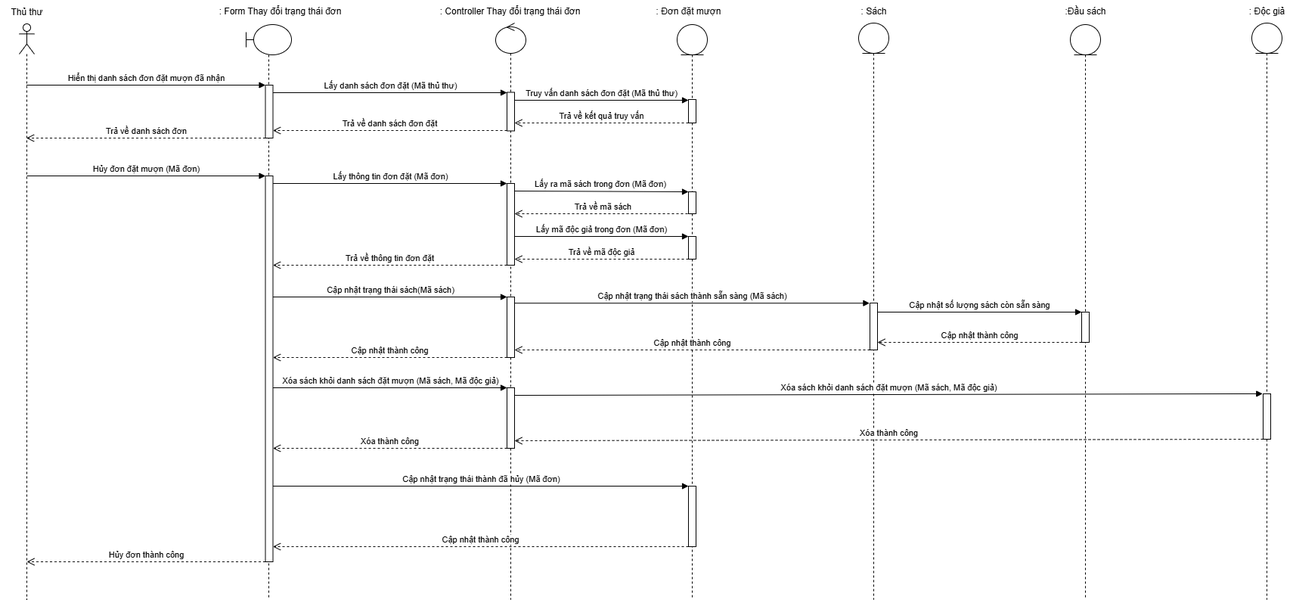
Earlier version of the draw.io export Sequence Diagram/UC Đặt mượn sách/Actor Thủ thư - Hủy đơn đặt mượn.png (kimcuongdev/LibrarySystemAD). Source tidied: cells renumbered, new cells last; positions are measured from the earlier drawing's top-left corner, leaving out a move shared by most shapes.
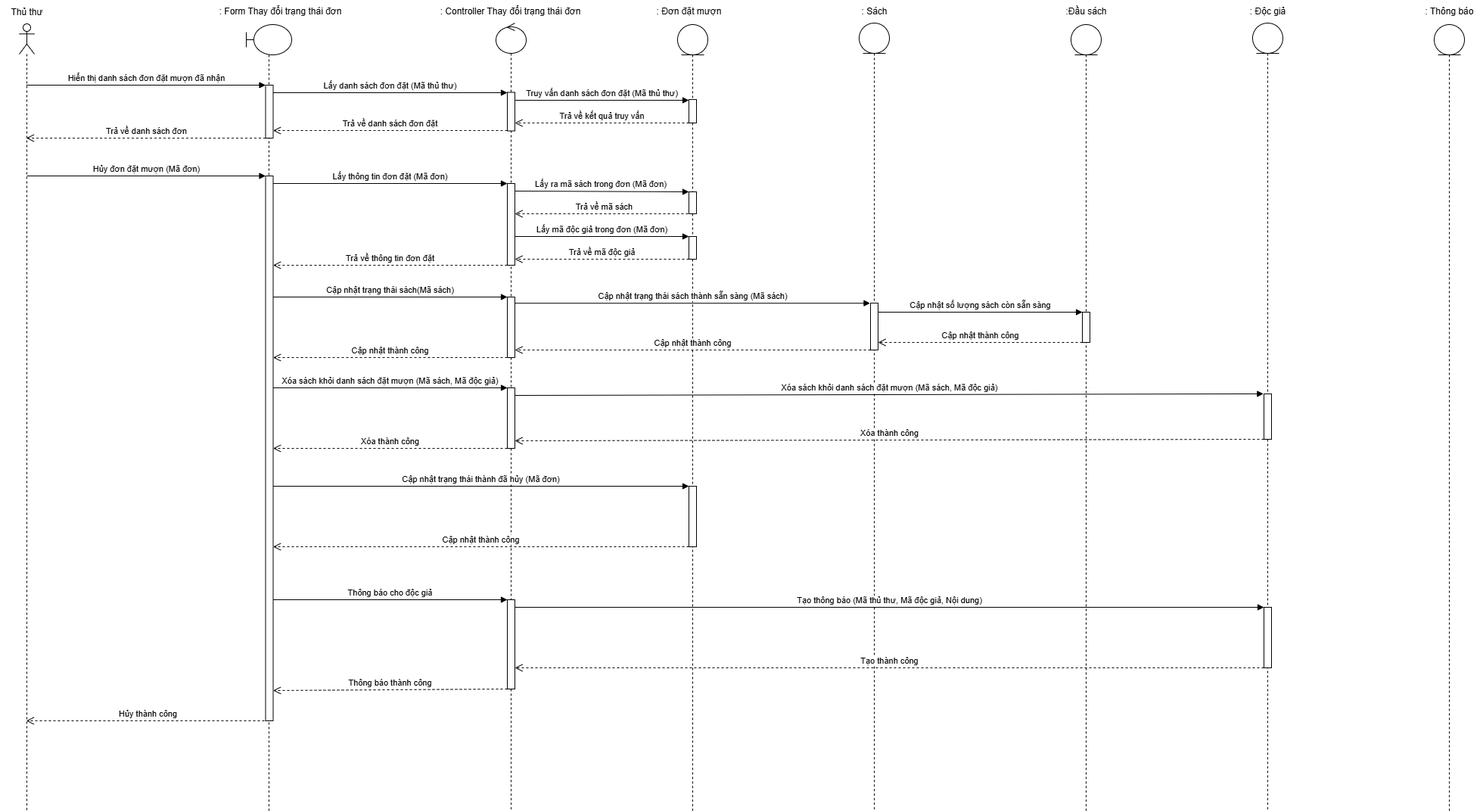
After the commit.

Change to the diagram source:
```diff
@@ -3,10 +3,10 @@
     <mxCell id="0" />
     <mxCell id="1" parent="0" />
     <mxCell id="2" style="shape=umlLifeline;perimeter=lifelinePerimeter;whiteSpace=wrap;html=1;outlineConnect=0;portConstraint=eastwest;newEdgeStyle={&quot;curved&quot;:0,&quot;rounded&quot;:0};participant=umlActor;" parent="1" vertex="1">
-      <mxGeometry x="25" y="31" width="20" height="761" as="geometry" />
+      <mxGeometry x="25" y="31" width="20" height="1041" as="geometry" />
     </mxCell>
     <mxCell id="3" style="shape=umlLifeline;perimeter=lifelinePerimeter;whiteSpace=wrap;html=1;newEdgeStyle={&quot;curved&quot;:0,&quot;rounded&quot;:0};participant=umlBoundary;" parent="1" vertex="1">
-      <mxGeometry x="325" y="32" width="60" height="760" as="geometry" />
+      <mxGeometry x="325" y="32" width="60" height="1040" as="geometry" />
     </mxCell>
     <mxCell id="4" style="html=1;perimeter=orthogonalPerimeter;targetShapes=umlLifeline;newEdgeStyle={&quot;curved&quot;:0,&quot;rounded&quot;:0};" parent="3" vertex="1">
       <mxGeometry x="25.5" y="80" width="10" height="70" as="geometry" />
@@ -32,10 +32,10 @@
       </mxGeometry>
     </mxCell>
     <mxCell id="9" style="html=1;points=[[0,0,0,0,5],[0,1,0,0,-5],[1,0,0,0,5],[1,1,0,0,-5]];perimeter=orthogonalPerimeter;outlineConnect=0;targetShapes=umlLifeline;portConstraint=eastwest;newEdgeStyle={&quot;curved&quot;:0,&quot;rounded&quot;:0};" parent="3" vertex="1">
-      <mxGeometry x="25.5" y="200" width="10" height="510" as="geometry" />
+      <mxGeometry x="25.5" y="200" width="10" height="720" as="geometry" />
     </mxCell>
     <mxCell id="10" style="shape=umlLifeline;perimeter=lifelinePerimeter;whiteSpace=wrap;html=1;newEdgeStyle={&quot;curved&quot;:0,&quot;rounded&quot;:0};participant=umlControl;" parent="1" vertex="1">
-      <mxGeometry x="655" y="30" width="40" height="762" as="geometry" />
+      <mxGeometry x="655" y="30" width="40" height="1042" as="geometry" />
     </mxCell>
     <mxCell id="11" style="html=1;points=[[0,0,0,0,5],[0,1,0,0,-5],[1,0,0,0,5],[1,1,0,0,-5]];perimeter=orthogonalPerimeter;outlineConnect=0;targetShapes=umlLifeline;portConstraint=eastwest;newEdgeStyle={&quot;curved&quot;:0,&quot;rounded&quot;:0};" parent="10" vertex="1">
       <mxGeometry x="15" y="91.5" width="10" height="51" as="geometry" />
@@ -49,8 +49,11 @@
     <mxCell id="14" style="html=1;perimeter=orthogonalPerimeter;targetShapes=umlLifeline;newEdgeStyle={&quot;curved&quot;:0,&quot;rounded&quot;:0};" parent="10" vertex="1">
       <mxGeometry x="15" y="482" width="10" height="80" as="geometry" />
     </mxCell>
+    <mxCell id="56" style="html=1;points=[[0,0,0,0,5],[0,1,0,0,-5],[1,0,0,0,5],[1,1,0,0,-5]];perimeter=orthogonalPerimeter;outlineConnect=0;targetShapes=umlLifeline;portConstraint=eastwest;newEdgeStyle={&quot;curved&quot;:0,&quot;rounded&quot;:0};" parent="10" vertex="1">
+      <mxGeometry x="15" y="762" width="10" height="118" as="geometry" />
+    </mxCell>
     <mxCell id="15" style="shape=umlLifeline;perimeter=lifelinePerimeter;whiteSpace=wrap;html=1;newEdgeStyle={&quot;curved&quot;:0,&quot;rounded&quot;:0};participant=umlEntity;" parent="1" vertex="1">
-      <mxGeometry x="895" y="32" width="40" height="760" as="geometry" />
+      <mxGeometry x="895" y="32" width="40" height="1040" as="geometry" />
     </mxCell>
     <mxCell id="16" style="html=1;perimeter=orthogonalPerimeter;targetShapes=umlLifeline;newEdgeStyle={&quot;curved&quot;:0,&quot;rounded&quot;:0};" parent="15" vertex="1">
       <mxGeometry x="15" y="99" width="10" height="31" as="geometry" />
@@ -74,13 +77,13 @@
       <mxGeometry x="15" y="610" width="10" height="80" as="geometry" />
     </mxCell>
     <mxCell id="21" style="shape=umlLifeline;perimeter=lifelinePerimeter;whiteSpace=wrap;html=1;newEdgeStyle={&quot;curved&quot;:0,&quot;rounded&quot;:0};participant=umlEntity;" parent="1" vertex="1">
-      <mxGeometry x="1415" y="32" width="40" height="760" as="geometry" />
+      <mxGeometry x="1415" y="32" width="40" height="1040" as="geometry" />
     </mxCell>
     <mxCell id="22" style="html=1;perimeter=orthogonalPerimeter;targetShapes=umlLifeline;newEdgeStyle={&quot;curved&quot;:0,&quot;rounded&quot;:0};" parent="21" vertex="1">
       <mxGeometry x="15" y="380" width="10" height="40" as="geometry" />
     </mxCell>
     <mxCell id="23" style="shape=umlLifeline;perimeter=lifelinePerimeter;whiteSpace=wrap;html=1;newEdgeStyle={&quot;curved&quot;:0,&quot;rounded&quot;:0};participant=umlEntity;" parent="1" vertex="1">
-      <mxGeometry x="1135" y="30" width="40" height="762" as="geometry" />
+      <mxGeometry x="1135" y="30" width="40" height="1042" as="geometry" />
     </mxCell>
     <mxCell id="24" style="html=1;points=[[0,0,0,0,5],[0,1,0,0,-5],[1,0,0,0,5],[1,1,0,0,-5]];perimeter=orthogonalPerimeter;outlineConnect=0;targetShapes=umlLifeline;portConstraint=eastwest;newEdgeStyle={&quot;curved&quot;:0,&quot;rounded&quot;:0};" parent="23" vertex="1">
       <mxGeometry x="15" y="370" width="10" height="62" as="geometry" />
@@ -104,11 +107,14 @@
       <mxGeometry x="1395" width="80" height="30" as="geometry" />
     </mxCell>
     <mxCell id="31" style="shape=umlLifeline;perimeter=lifelinePerimeter;whiteSpace=wrap;html=1;newEdgeStyle={&quot;curved&quot;:0,&quot;rounded&quot;:0};participant=umlEntity;" parent="1" vertex="1">
-      <mxGeometry x="1655" y="30" width="40" height="762" as="geometry" />
+      <mxGeometry x="1655" y="30" width="40" height="1042" as="geometry" />
     </mxCell>
     <mxCell id="32" style="html=1;points=[[0,0,0,0,5],[0,1,0,0,-5],[1,0,0,0,5],[1,1,0,0,-5]];perimeter=orthogonalPerimeter;outlineConnect=0;targetShapes=umlLifeline;portConstraint=eastwest;newEdgeStyle={&quot;curved&quot;:0,&quot;rounded&quot;:0};" parent="31" vertex="1">
       <mxGeometry x="15" y="490" width="10" height="60" as="geometry" />
     </mxCell>
+    <mxCell id="57" style="html=1;perimeter=orthogonalPerimeter;targetShapes=umlLifeline;newEdgeStyle={&quot;curved&quot;:0,&quot;rounded&quot;:0};" parent="31" vertex="1">
+      <mxGeometry x="15" y="772" width="10" height="80" as="geometry" />
+    </mxCell>
     <mxCell id="33" value=": Độc giả" style="text;html=1;align=center;verticalAlign=middle;strokeColor=none;fillColor=none;" parent="1" vertex="1">
       <mxGeometry x="1640" width="70" height="30" as="geometry" />
     </mxCell>
@@ -118,11 +124,6 @@
         <mxPoint x="350.5" y="232" as="targetPoint" />
       </mxGeometry>
     </mxCell>
-    <mxCell id="35" value="Hủy đơn thành công" style="html=1;verticalAlign=bottom;endArrow=open;dashed=1;endSize=8;curved=0;rounded=0;" parent="1" edge="1" source="9">
-      <mxGeometry relative="1" as="geometry">
-        <mxPoint x="35" y="742" as="targetPoint" />
-      </mxGeometry>
-    </mxCell>
     <mxCell id="36" value="Lấy thông tin đơn đặt (Mã đơn)" style="html=1;verticalAlign=bottom;endArrow=block;curved=0;rounded=0;" parent="1" edge="1" source="9">
       <mxGeometry relative="1" as="geometry">
         <mxPoint x="670" y="242" as="targetPoint" />
@@ -225,5 +226,39 @@
         <mxPoint x="360.5" y="722" as="targetPoint" />
       </mxGeometry>
     </mxCell>
+    <mxCell id="58" value="Thông báo cho độc giả" style="html=1;verticalAlign=bottom;endArrow=block;curved=0;rounded=0;entryX=0;entryY=0;entryDx=0;entryDy=5;" parent="1" edge="1">
+      <mxGeometry relative="1" as="geometry">
+        <mxPoint x="360.5" y="792" as="sourcePoint" />
+        <mxPoint x="670" y="792" as="targetPoint" />
+      </mxGeometry>
+    </mxCell>
+    <mxCell id="59" value="Thông báo thành công" style="html=1;verticalAlign=bottom;endArrow=open;dashed=1;endSize=8;curved=0;rounded=0;" parent="1" edge="1" source="56">
+      <mxGeometry relative="1" as="geometry">
+        <mxPoint x="360.5" y="912" as="targetPoint" />
+      </mxGeometry>
+    </mxCell>
+    <mxCell id="60" style="shape=umlLifeline;perimeter=lifelinePerimeter;whiteSpace=wrap;html=1;newEdgeStyle={&quot;curved&quot;:0,&quot;rounded&quot;:0};participant=umlEntity;" parent="1" vertex="1">
+      <mxGeometry x="1895" y="32" width="40" height="1040" as="geometry" />
+    </mxCell>
+    <mxCell id="61" value=": Thông báo" style="text;html=1;align=center;verticalAlign=middle;strokeColor=none;fillColor=none;" parent="1" vertex="1">
+      <mxGeometry x="1870" width="90" height="30" as="geometry" />
+    </mxCell>
+    <mxCell id="62" value="Tạo thông báo (Mã thủ thư, Mã độc giả, Nội dung)" style="html=1;verticalAlign=bottom;endArrow=block;curved=0;rounded=0;entryX=0;entryY=0;entryDx=0;entryDy=5;" parent="1" edge="1">
+      <mxGeometry relative="1" as="geometry">
+        <mxPoint x="680" y="802" as="sourcePoint" />
+        <mxPoint x="1670" y="802" as="targetPoint" />
+      </mxGeometry>
+    </mxCell>
+    <mxCell id="63" value="Tạo thành công" style="html=1;verticalAlign=bottom;endArrow=open;dashed=1;endSize=8;curved=0;rounded=0;exitX=0;exitY=1;exitDx=0;exitDy=-5;" parent="1" edge="1">
+      <mxGeometry relative="1" as="geometry">
+        <mxPoint x="1670" y="882" as="sourcePoint" />
+        <mxPoint x="680" y="882" as="targetPoint" />
+      </mxGeometry>
+    </mxCell>
+    <mxCell id="64" value="Hủy thành công" style="html=1;verticalAlign=bottom;endArrow=open;dashed=1;endSize=8;curved=0;rounded=0;" parent="1" edge="1" target="2">
+      <mxGeometry relative="1" as="geometry">
+        <mxPoint x="355" y="952" as="sourcePoint" />
+      </mxGeometry>
+    </mxCell>
   </root>
 </mxGraphModel>
```
